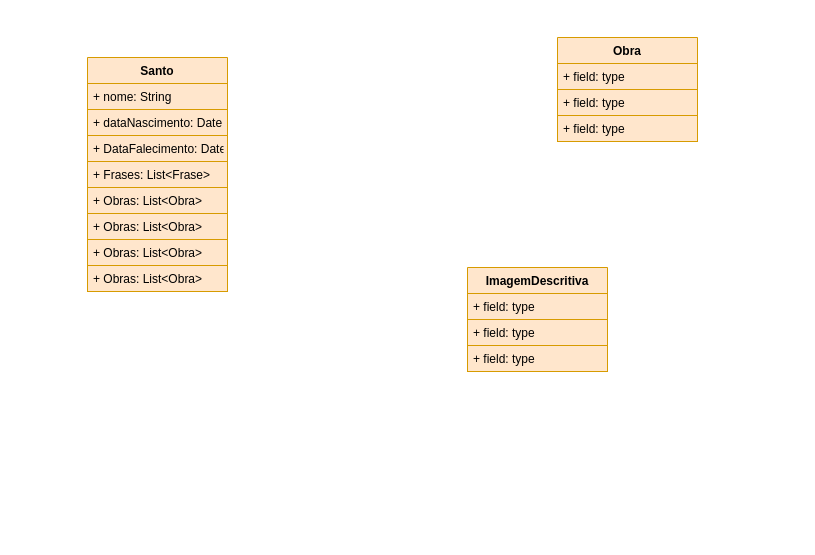
This is page "ClassDiagram" (2 of 2) of Documentation/Untitled Diagram.drawio from the-catholics/Saints-API, a draw.io file, before an edit. Source tidied: cells renumbered, new cells numbered last; positions are measured from the earlier drawing's top-left corner, leaving out a move shared by most shapes. Both pictures are drawn from the tidied source at 100%, with x=0, y=0 at pixel (87, 37).
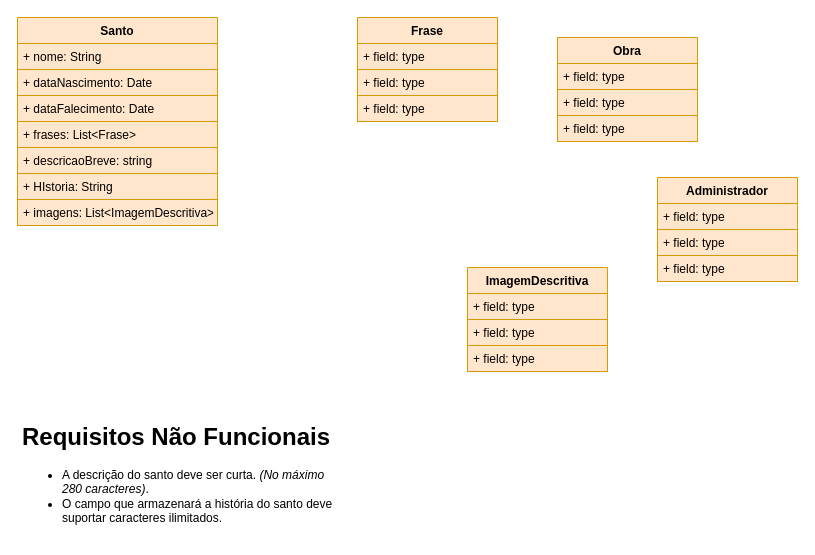
The same page after the edit.

Change to the diagram source:
```diff
@@
     <mxCell id="10" value="Santo" style="swimlane;fontStyle=1;horizontal=1;startSize=26;fillColor=#ffe6cc;strokeColor=#d79b00;" parent="1" vertex="1">
-      <mxGeometry y="20" width="140" height="234" as="geometry" />
+      <mxGeometry x="-70" y="-20" width="200" height="208" as="geometry" />
     </mxCell>
     <mxCell id="11" value="+ nome: String" style="text;strokeColor=#d79b00;fillColor=#ffe6cc;align=left;verticalAlign=top;spacingLeft=4;spacingRight=4;overflow=hidden;" parent="10" vertex="1">
-      <mxGeometry y="26" width="140" height="26" as="geometry" />
+      <mxGeometry y="26" width="200" height="26" as="geometry" />
     </mxCell>
     <mxCell id="12" value="+ dataNascimento: Date" style="text;strokeColor=#d79b00;fillColor=#ffe6cc;align=left;verticalAlign=top;spacingLeft=4;spacingRight=4;overflow=hidden;" parent="10" vertex="1">
-      <mxGeometry y="52" width="140" height="26" as="geometry" />
+      <mxGeometry y="52" width="200" height="26" as="geometry" />
     </mxCell>
-    <mxCell id="13" value="+ DataFalecimento: Date" style="text;strokeColor=#d79b00;fillColor=#ffe6cc;align=left;verticalAlign=top;spacingLeft=4;spacingRight=4;overflow=hidden;" parent="10" vertex="1">
-      <mxGeometry y="78" width="140" height="26" as="geometry" />
+    <mxCell id="13" value="+ dataFalecimento: Date" style="text;strokeColor=#d79b00;fillColor=#ffe6cc;align=left;verticalAlign=top;spacingLeft=4;spacingRight=4;overflow=hidden;" parent="10" vertex="1">
+      <mxGeometry y="78" width="200" height="26" as="geometry" />
     </mxCell>
-    <mxCell id="14" value="+ Frases: List&lt;Frase&gt;" style="text;strokeColor=#d79b00;fillColor=#ffe6cc;align=left;verticalAlign=top;spacingLeft=4;spacingRight=4;overflow=hidden;" parent="10" vertex="1">
-      <mxGeometry y="104" width="140" height="26" as="geometry" />
+    <mxCell id="14" value="+ frases: List&lt;Frase&gt;" style="text;strokeColor=#d79b00;fillColor=#ffe6cc;align=left;verticalAlign=top;spacingLeft=4;spacingRight=4;overflow=hidden;" parent="10" vertex="1">
+      <mxGeometry y="104" width="200" height="26" as="geometry" />
     </mxCell>
-    <mxCell id="15" value="+ Obras: List&lt;Obra&gt;" style="text;strokeColor=#d79b00;fillColor=#ffe6cc;align=left;verticalAlign=top;spacingLeft=4;spacingRight=4;overflow=hidden;" parent="10" vertex="1">
-      <mxGeometry y="130" width="140" height="26" as="geometry" />
+    <mxCell id="15" value="+ descricaoBreve: string" style="text;strokeColor=#d79b00;fillColor=#ffe6cc;align=left;verticalAlign=top;spacingLeft=4;spacingRight=4;overflow=hidden;" parent="10" vertex="1">
+      <mxGeometry y="130" width="200" height="26" as="geometry" />
     </mxCell>
-    <mxCell id="16" value="+ Obras: List&lt;Obra&gt;" style="text;strokeColor=#d79b00;fillColor=#ffe6cc;align=left;verticalAlign=top;spacingLeft=4;spacingRight=4;overflow=hidden;" parent="10" vertex="1">
-      <mxGeometry y="156" width="140" height="26" as="geometry" />
+    <mxCell id="16" value="+ HIstoria: String" style="text;strokeColor=#d79b00;fillColor=#ffe6cc;align=left;verticalAlign=top;spacingLeft=4;spacingRight=4;overflow=hidden;" parent="10" vertex="1">
+      <mxGeometry y="156" width="200" height="26" as="geometry" />
     </mxCell>
-    <mxCell id="17" value="+ Obras: List&lt;Obra&gt;" style="text;strokeColor=#d79b00;fillColor=#ffe6cc;align=left;verticalAlign=top;spacingLeft=4;spacingRight=4;overflow=hidden;" parent="10" vertex="1">
-      <mxGeometry y="182" width="140" height="26" as="geometry" />
+    <mxCell id="17" value="+ imagens: List&lt;ImagemDescritiva&gt;" style="text;strokeColor=#d79b00;fillColor=#ffe6cc;align=left;verticalAlign=top;spacingLeft=4;spacingRight=4;overflow=hidden;" parent="10" vertex="1">
+      <mxGeometry y="182" width="200" height="26" as="geometry" />
     </mxCell>
-    <mxCell id="18" value="+ Obras: List&lt;Obra&gt;" style="text;strokeColor=#d79b00;fillColor=#ffe6cc;align=left;verticalAlign=top;spacingLeft=4;spacingRight=4;overflow=hidden;" parent="10" vertex="1">
-      <mxGeometry y="208" width="140" height="26" as="geometry" />
-    </mxCell>
+    <mxCell id="19" value="Frase" style="swimlane;fontStyle=1;horizontal=1;startSize=26;fillColor=#ffe6cc;strokeColor=#d79b00;" parent="1" vertex="1">
+      <mxGeometry x="270" y="-20" width="140" height="104" as="geometry" />
+    </mxCell>
+    <mxCell id="20" value="+ field: type" style="text;strokeColor=#d79b00;fillColor=#ffe6cc;align=left;verticalAlign=top;spacingLeft=4;spacingRight=4;overflow=hidden;" parent="19" vertex="1">
+      <mxGeometry y="26" width="140" height="26" as="geometry" />
+    </mxCell>
+    <mxCell id="21" value="+ field: type" style="text;strokeColor=#d79b00;fillColor=#ffe6cc;align=left;verticalAlign=top;spacingLeft=4;spacingRight=4;overflow=hidden;" parent="19" vertex="1">
+      <mxGeometry y="52" width="140" height="26" as="geometry" />
+    </mxCell>
+    <mxCell id="22" value="+ field: type" style="text;strokeColor=#d79b00;fillColor=#ffe6cc;align=left;verticalAlign=top;spacingLeft=4;spacingRight=4;overflow=hidden;" parent="19" vertex="1">
+      <mxGeometry y="78" width="140" height="26" as="geometry" />
+    </mxCell>
+    <mxCell id="23" value="&lt;h1&gt;Requisitos Não Funcionais&lt;/h1&gt;&lt;p&gt;&lt;/p&gt;&lt;ul&gt;&lt;li&gt;A descrição do santo deve ser curta. &lt;i&gt;(No máximo 280 caracteres)&lt;/i&gt;.&lt;/li&gt;&lt;li&gt;O campo que armazenará a história do santo deve suportar caracteres ilimitados.&lt;/li&gt;&lt;/ul&gt;&lt;p&gt;&lt;/p&gt;" style="text;html=1;strokeColor=none;fillColor=none;spacing=5;spacingTop=-20;whiteSpace=wrap;overflow=hidden;rounded=0;" parent="1" vertex="1">
+      <mxGeometry x="-70" y="380" width="320" height="120" as="geometry" />
+    </mxCell>
+    <mxCell id="24" value="Administrador" style="swimlane;fontStyle=1;horizontal=1;startSize=26;fillColor=#ffe6cc;strokeColor=#d79b00;" parent="1" vertex="1">
+      <mxGeometry x="570" y="140" width="140" height="104" as="geometry" />
+    </mxCell>
+    <mxCell id="25" value="+ field: type" style="text;strokeColor=#d79b00;fillColor=#ffe6cc;align=left;verticalAlign=top;spacingLeft=4;spacingRight=4;overflow=hidden;" parent="24" vertex="1">
+      <mxGeometry y="26" width="140" height="26" as="geometry" />
+    </mxCell>
+    <mxCell id="26" value="+ field: type" style="text;strokeColor=#d79b00;fillColor=#ffe6cc;align=left;verticalAlign=top;spacingLeft=4;spacingRight=4;overflow=hidden;" parent="24" vertex="1">
+      <mxGeometry y="52" width="140" height="26" as="geometry" />
+    </mxCell>
+    <mxCell id="27" value="+ field: type" style="text;strokeColor=#d79b00;fillColor=#ffe6cc;align=left;verticalAlign=top;spacingLeft=4;spacingRight=4;overflow=hidden;" parent="24" vertex="1">
+      <mxGeometry y="78" width="140" height="26" as="geometry" />
+    </mxCell>
```
